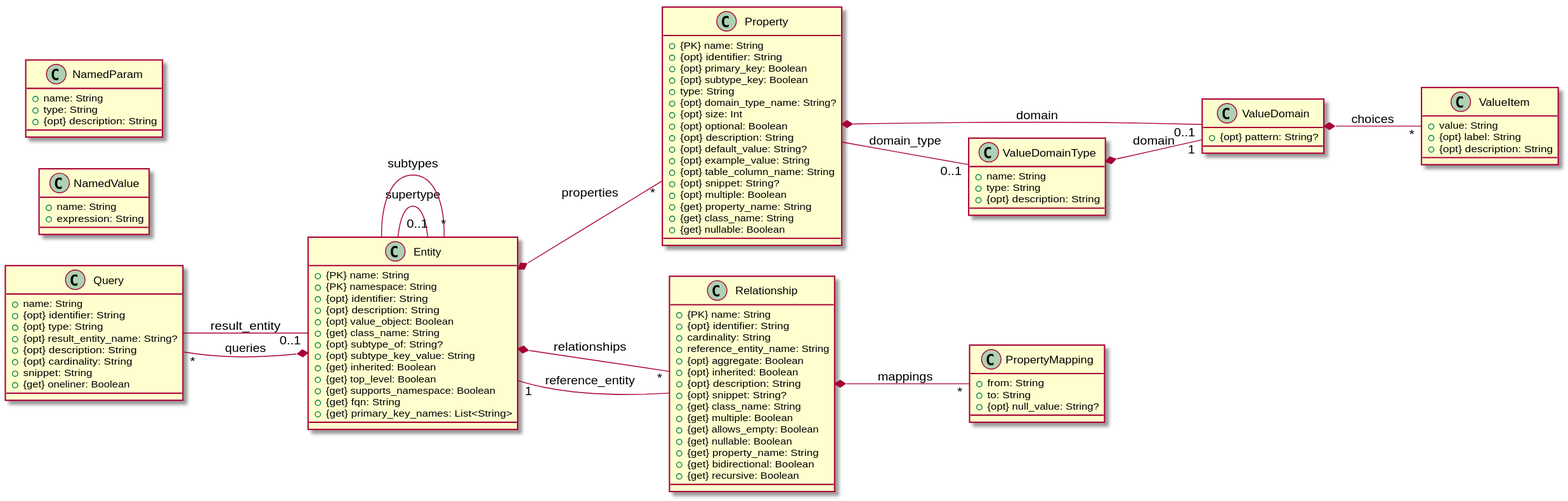
Above: doc/image/model-diagram.svg in laplacian-core/metamodel (PlantUML), before the change. Source of this version:
```plantuml
@startuml
left to right direction

class Query {
  + name: String
  + {opt} identifier: String
  + {opt} type: String
  + {opt} result_entity_name: String?
  + {opt} description: String
  + {opt} cardinality: String
  + snippet: String
  + {get} oneliner: Boolean
}






Query -- "0..1" Entity : result_entity



class Entity {
  + {PK}  name: String
  + {PK}  namespace: String
  + {opt} identifier: String
  + {opt} description: String
  + {opt} value_object: Boolean
  + {get} class_name: String
  + {opt} subtype_of: String?
  + {opt} subtype_key_value: String
  + {get} inherited: Boolean
  + {get} top_level: Boolean
  + {get} supports_namespace: Boolean
  + {get} fqn: String
  + {get} primary_key_names: List<String>
}






Entity *-- "*" Property : properties






Entity *-- "*" Relationship : relationships






Entity -- "0..1" Entity : supertype






Entity -- "*" Entity : subtypes






Entity *-- "*" Query : queries



class Property {
  + {PK}  name: String
  + {opt} identifier: String
  + {opt} primary_key: Boolean
  + {opt} subtype_key: Boolean
  + type: String
  + {opt} domain_type_name: String?
  + {opt} size: Int
  + {opt} optional: Boolean
  + {opt} description: String
  + {opt} default_value: String?
  + {opt} example_value: String
  + {opt} table_column_name: String
  + {opt} snippet: String?
  + {opt} multiple: Boolean
  + {get} property_name: String
  + {get} class_name: String
  + {get} nullable: Boolean
}






Property *-- "0..1" ValueDomain : domain






Property -- "0..1" ValueDomainType : domain_type



class Relationship {
  + {PK}  name: String
  + {opt} identifier: String
  + cardinality: String
  + reference_entity_name: String
  + {opt} aggregate: Boolean
  + {opt} inherited: Boolean
  + {opt} description: String
  + {opt} snippet: String?
  + {get} class_name: String
  + {get} multiple: Boolean
  + {get} allows_empty: Boolean
  + {get} nullable: Boolean
  + {get} property_name: String
  + {get} bidirectional: Boolean
  + {get} recursive: Boolean
}






Relationship *-- "*" PropertyMapping : mappings






Relationship -- "1" Entity : reference_entity



class ValueDomainType {
  + name: String
  + type: String
  + {opt} description: String
}






ValueDomainType *-- "1" ValueDomain : domain



class ValueDomain {
  + {opt} pattern: String?
}






ValueDomain *-- "*" ValueItem : choices



class ValueItem {
  + value: String
  + {opt} label: String
  + {opt} description: String
}



class PropertyMapping {
  + from: String
  + to: String
  + {opt} null_value: String?
}



class NamedValue {
  + name: String
  + expression: String
}



class NamedParam {
  + name: String
  + type: String
  + {opt} description: String
}



@enduml
```
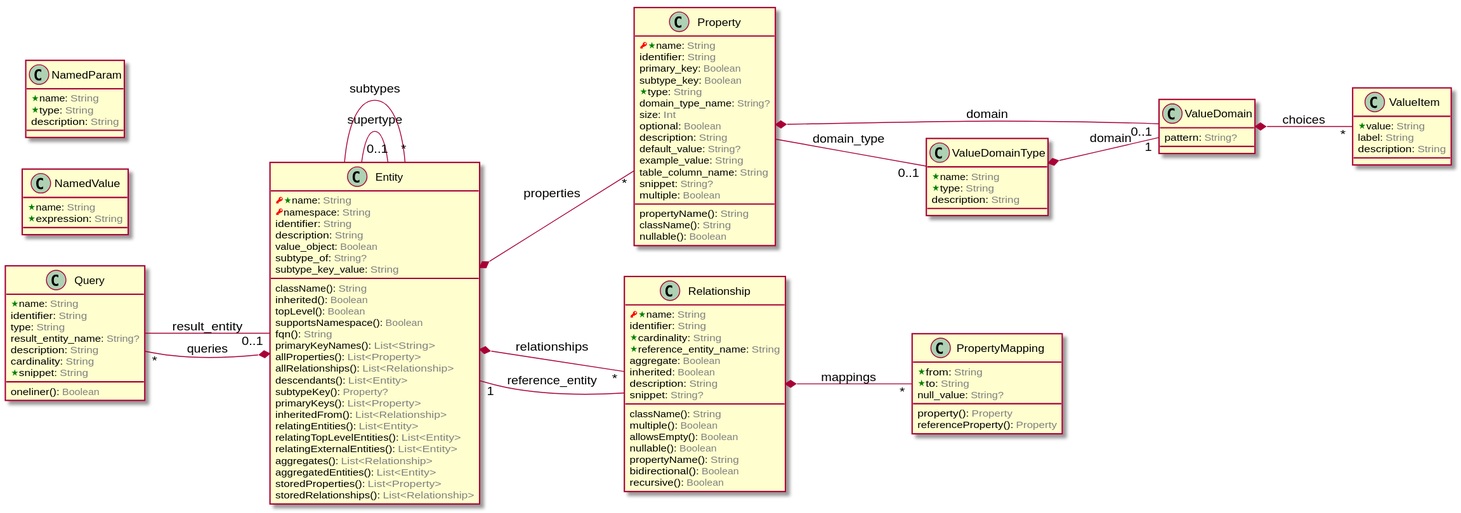
The same diagram one commit later.

Commit message:
update the entity diagram

What changed in the source:
```diff
@@ -2,14 +2,14 @@
 left to right direction
 
 class Query {
-  + name: String
-  + {opt} identifier: String
-  + {opt} type: String
-  + {opt} result_entity_name: String?
-  + {opt} description: String
-  + {opt} cardinality: String
-  + snippet: String
-  + {get} oneliner: Boolean
+  <color:Green><&star></color>name: <color:GRAY>String</color>
+  identifier: <color:GRAY>String</color>
+  type: <color:GRAY>String</color>
+  result_entity_name: <color:GRAY>String?</color>
+  description: <color:GRAY>String</color>
+  cardinality: <color:GRAY>String</color>
+  <color:Green><&star></color>snippet: <color:GRAY>String</color>
+  oneliner(): <color:GRAY>Boolean</color>
 }
 
 
@@ -22,19 +22,32 @@
 
 
 class Entity {
-  + {PK}  name: String
-  + {PK}  namespace: String
-  + {opt} identifier: String
-  + {opt} description: String
-  + {opt} value_object: Boolean
-  + {get} class_name: String
-  + {opt} subtype_of: String?
-  + {opt} subtype_key_value: String
-  + {get} inherited: Boolean
-  + {get} top_level: Boolean
-  + {get} supports_namespace: Boolean
-  + {get} fqn: String
-  + {get} primary_key_names: List<String>
+  <color:RED><&key></color><color:Green><&star></color>name: <color:GRAY>String</color>
+  <color:RED><&key></color>namespace: <color:GRAY>String</color>
+  identifier: <color:GRAY>String</color>
+  description: <color:GRAY>String</color>
+  value_object: <color:GRAY>Boolean</color>
+  className(): <color:GRAY>String</color>
+  subtype_of: <color:GRAY>String?</color>
+  subtype_key_value: <color:GRAY>String</color>
+  inherited(): <color:GRAY>Boolean</color>
+  topLevel(): <color:GRAY>Boolean</color>
+  supportsNamespace(): <color:GRAY>Boolean</color>
+  fqn(): <color:GRAY>String</color>
+  primaryKeyNames(): <color:GRAY>List<String></color>
+  allProperties(): <color:GRAY>List<Property></color>
+  allRelationships(): <color:GRAY>List<Relationship></color>
+  descendants(): <color:GRAY>List<Entity></color>
+  subtypeKey(): <color:GRAY>Property?</color>
+  primaryKeys(): <color:GRAY>List<Property></color>
+  inheritedFrom(): <color:GRAY>List<Relationship></color>
+  relatingEntities(): <color:GRAY>List<Entity></color>
+  relatingTopLevelEntities(): <color:GRAY>List<Entity></color>
+  relatingExternalEntities(): <color:GRAY>List<Entity></color>
+  aggregates(): <color:GRAY>List<Relationship></color>
+  aggregatedEntities(): <color:GRAY>List<Entity></color>
+  storedProperties(): <color:GRAY>List<Property></color>
+  storedRelationships(): <color:GRAY>List<Relationship></color>
 }
 
 
@@ -75,23 +88,23 @@
 
 
 class Property {
-  + {PK}  name: String
-  + {opt} identifier: String
-  + {opt} primary_key: Boolean
-  + {opt} subtype_key: Boolean
-  + type: String
-  + {opt} domain_type_name: String?
-  + {opt} size: Int
-  + {opt} optional: Boolean
-  + {opt} description: String
-  + {opt} default_value: String?
-  + {opt} example_value: String
-  + {opt} table_column_name: String
-  + {opt} snippet: String?
-  + {opt} multiple: Boolean
-  + {get} property_name: String
-  + {get} class_name: String
-  + {get} nullable: Boolean
+  <color:RED><&key></color><color:Green><&star></color>name: <color:GRAY>String</color>
+  identifier: <color:GRAY>String</color>
+  primary_key: <color:GRAY>Boolean</color>
+  subtype_key: <color:GRAY>Boolean</color>
+  <color:Green><&star></color>type: <color:GRAY>String</color>
+  domain_type_name: <color:GRAY>String?</color>
+  size: <color:GRAY>Int</color>
+  optional: <color:GRAY>Boolean</color>
+  description: <color:GRAY>String</color>
+  default_value: <color:GRAY>String?</color>
+  example_value: <color:GRAY>String</color>
+  table_column_name: <color:GRAY>String</color>
+  snippet: <color:GRAY>String?</color>
+  multiple: <color:GRAY>Boolean</color>
+  propertyName(): <color:GRAY>String</color>
+  className(): <color:GRAY>String</color>
+  nullable(): <color:GRAY>Boolean</color>
 }
 
 
@@ -111,21 +124,21 @@
 
 
 class Relationship {
-  + {PK}  name: String
-  + {opt} identifier: String
-  + cardinality: String
-  + reference_entity_name: String
-  + {opt} aggregate: Boolean
-  + {opt} inherited: Boolean
-  + {opt} description: String
-  + {opt} snippet: String?
-  + {get} class_name: String
-  + {get} multiple: Boolean
-  + {get} allows_empty: Boolean
-  + {get} nullable: Boolean
-  + {get} property_name: String
-  + {get} bidirectional: Boolean
-  + {get} recursive: Boolean
+  <color:RED><&key></color><color:Green><&star></color>name: <color:GRAY>String</color>
+  identifier: <color:GRAY>String</color>
+  <color:Green><&star></color>cardinality: <color:GRAY>String</color>
+  <color:Green><&star></color>reference_entity_name: <color:GRAY>String</color>
+  aggregate: <color:GRAY>Boolean</color>
+  inherited: <color:GRAY>Boolean</color>
+  description: <color:GRAY>String</color>
+  snippet: <color:GRAY>String?</color>
+  className(): <color:GRAY>String</color>
+  multiple(): <color:GRAY>Boolean</color>
+  allowsEmpty(): <color:GRAY>Boolean</color>
+  nullable(): <color:GRAY>Boolean</color>
+  propertyName(): <color:GRAY>String</color>
+  bidirectional(): <color:GRAY>Boolean</color>
+  recursive(): <color:GRAY>Boolean</color>
 }
 
 
@@ -145,9 +158,9 @@
 
 
 class ValueDomainType {
-  + name: String
-  + type: String
-  + {opt} description: String
+  <color:Green><&star></color>name: <color:GRAY>String</color>
+  <color:Green><&star></color>type: <color:GRAY>String</color>
+  description: <color:GRAY>String</color>
 }
 
 
@@ -160,7 +173,7 @@
 
 
 class ValueDomain {
-  + {opt} pattern: String?
+  pattern: <color:GRAY>String?</color>
 }
 
 
@@ -173,32 +186,34 @@
 
 
 class ValueItem {
-  + value: String
-  + {opt} label: String
-  + {opt} description: String
+  <color:Green><&star></color>value: <color:GRAY>String</color>
+  label: <color:GRAY>String</color>
+  description: <color:GRAY>String</color>
 }
 
 
 
 class PropertyMapping {
-  + from: String
-  + to: String
-  + {opt} null_value: String?
+  <color:Green><&star></color>from: <color:GRAY>String</color>
+  <color:Green><&star></color>to: <color:GRAY>String</color>
+  null_value: <color:GRAY>String?</color>
+  property(): <color:GRAY>Property</color>
+  referenceProperty(): <color:GRAY>Property</color>
 }
 
 
 
 class NamedValue {
-  + name: String
-  + expression: String
+  <color:Green><&star></color>name: <color:GRAY>String</color>
+  <color:Green><&star></color>expression: <color:GRAY>String</color>
 }
 
 
 
 class NamedParam {
-  + name: String
-  + type: String
-  + {opt} description: String
+  <color:Green><&star></color>name: <color:GRAY>String</color>
+  <color:Green><&star></color>type: <color:GRAY>String</color>
+  description: <color:GRAY>String</color>
 }
 
 
```
